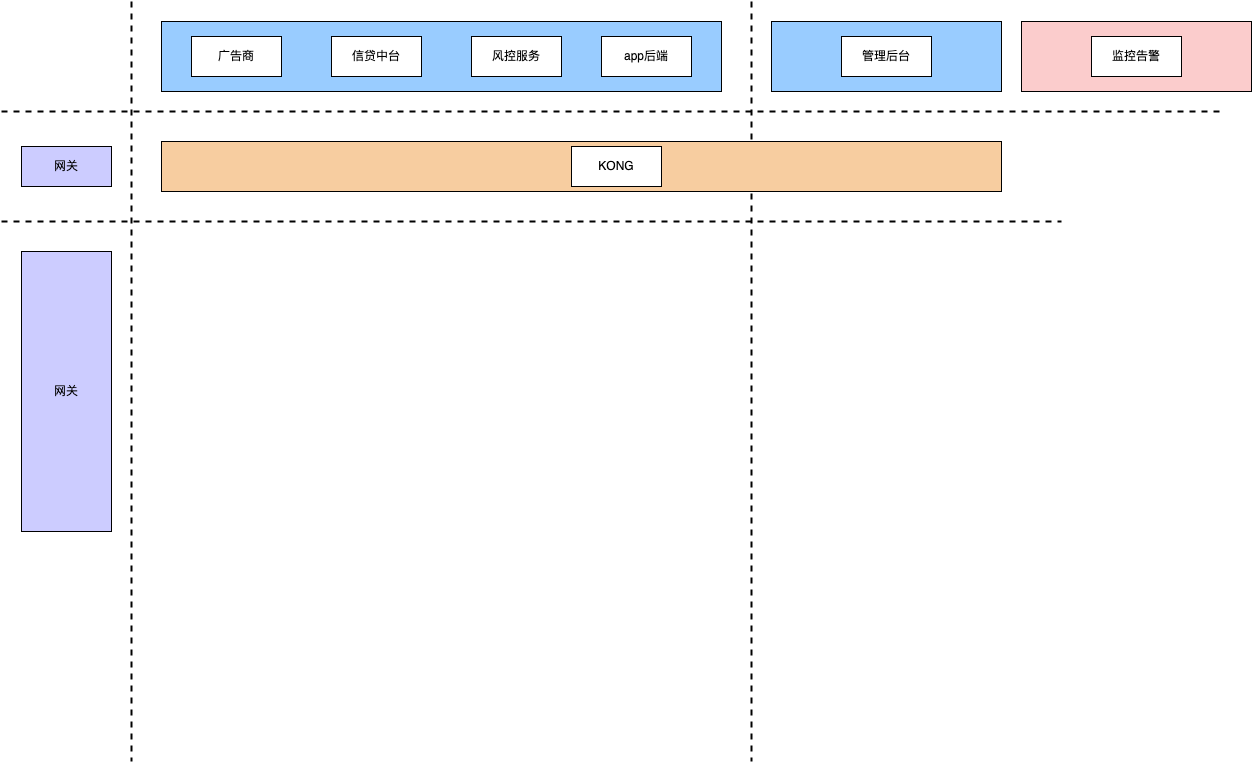
Earlier version of the draw.io export 信息流投放架构.png (yuanlj-tea/picgo). Source tidied: cells renumbered, new cells last; positions are measured from the earlier drawing's top-left corner, leaving out a move shared by most shapes.
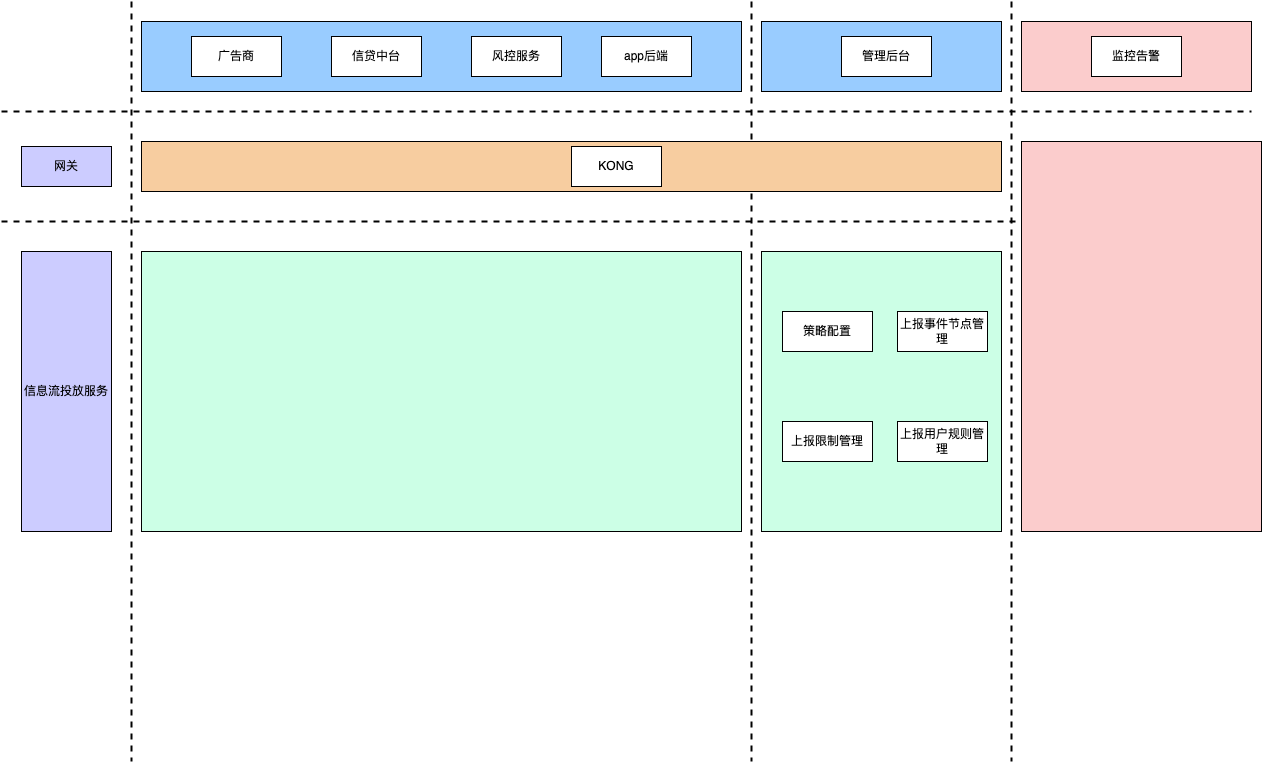
After the change.

Commit message:
更新信息流投放架构.png

Change to the diagram source:
```diff
@@ -3,7 +3,7 @@
     <mxCell id="0" />
     <mxCell id="1" parent="0" />
     <mxCell id="2" style="rounded=0;whiteSpace=wrap;html=1;fillColor=#99CCFF;" parent="1" vertex="1">
-      <mxGeometry x="160" y="20" width="560" height="70" as="geometry" />
+      <mxGeometry x="140" y="20" width="600" height="70" as="geometry" />
     </mxCell>
     <mxCell id="3" value="广告商" style="rounded=0;whiteSpace=wrap;html=1;" parent="1" vertex="1">
       <mxGeometry x="190" y="35" width="90" height="40" as="geometry" />
@@ -20,7 +20,7 @@
     <mxCell id="7" style="endArrow=none;dashed=1;html=1;rounded=0;strokeWidth=2;" parent="1" edge="1">
       <mxGeometry relative="1" as="geometry">
         <mxPoint y="110" as="sourcePoint" />
-        <mxPoint x="1220" y="110" as="targetPoint" />
+        <mxPoint x="1250" y="110" as="targetPoint" />
       </mxGeometry>
     </mxCell>
     <mxCell id="8" style="endArrow=none;dashed=1;html=1;rounded=0;strokeWidth=2;" parent="1" edge="1">
@@ -30,7 +30,7 @@
       </mxGeometry>
     </mxCell>
     <mxCell id="9" style="rounded=0;whiteSpace=wrap;html=1;fillColor=#99CCFF;" parent="1" vertex="1">
-      <mxGeometry x="770" y="20" width="230" height="70" as="geometry" />
+      <mxGeometry x="760" y="20" width="240" height="70" as="geometry" />
     </mxCell>
     <mxCell id="10" value="管理后台" style="rounded=0;whiteSpace=wrap;html=1;" parent="1" vertex="1">
       <mxGeometry x="840" y="35" width="90" height="40" as="geometry" />
@@ -45,18 +45,18 @@
       <mxGeometry x="20" y="145" width="90" height="40" as="geometry" />
     </mxCell>
     <mxCell id="13" style="rounded=0;whiteSpace=wrap;html=1;fillColor=#F7CDA0;" parent="1" vertex="1">
-      <mxGeometry x="160" y="140" width="840" height="50" as="geometry" />
+      <mxGeometry x="140" y="140" width="860" height="50" as="geometry" />
     </mxCell>
     <mxCell id="14" style="endArrow=none;dashed=1;html=1;rounded=0;strokeWidth=2;" parent="1" edge="1">
       <mxGeometry relative="1" as="geometry">
         <mxPoint y="220" as="sourcePoint" />
-        <mxPoint x="1060" y="220" as="targetPoint" />
+        <mxPoint x="1250" y="220" as="targetPoint" />
       </mxGeometry>
     </mxCell>
     <mxCell id="15" value="KONG" style="rounded=0;whiteSpace=wrap;html=1;" parent="1" vertex="1">
       <mxGeometry x="570" y="145" width="90" height="40" as="geometry" />
     </mxCell>
-    <mxCell id="16" value="网关" style="rounded=0;whiteSpace=wrap;html=1;fillColor=#CCCCFF;" parent="1" vertex="1">
+    <mxCell id="16" value="信息流投放服务" style="rounded=0;whiteSpace=wrap;html=1;fillColor=#CCCCFF;" parent="1" vertex="1">
       <mxGeometry x="20" y="250" width="90" height="280" as="geometry" />
     </mxCell>
     <mxCell id="17" style="rounded=0;whiteSpace=wrap;html=1;fillColor=#FBCCCC;" parent="1" vertex="1">
@@ -65,5 +65,32 @@
     <mxCell id="18" value="监控告警" style="rounded=0;whiteSpace=wrap;html=1;" parent="1" vertex="1">
       <mxGeometry x="1090" y="35" width="90" height="40" as="geometry" />
     </mxCell>
+    <mxCell id="19" style="endArrow=none;dashed=1;html=1;rounded=0;strokeWidth=2;" parent="1" edge="1">
+      <mxGeometry relative="1" as="geometry">
+        <mxPoint x="1010" as="sourcePoint" />
+        <mxPoint x="1010" y="760" as="targetPoint" />
+      </mxGeometry>
+    </mxCell>
+    <mxCell id="20" style="rounded=0;whiteSpace=wrap;html=1;fillColor=#CCFFE6;" parent="1" vertex="1">
+      <mxGeometry x="140" y="250" width="600" height="280" as="geometry" />
+    </mxCell>
+    <mxCell id="21" style="rounded=0;whiteSpace=wrap;html=1;fillColor=#CCFFE6;" parent="1" vertex="1">
+      <mxGeometry x="760" y="250" width="240" height="280" as="geometry" />
+    </mxCell>
+    <mxCell id="22" style="rounded=0;whiteSpace=wrap;html=1;fillColor=#FBCCCC;" parent="1" vertex="1">
+      <mxGeometry x="1020" y="140" width="240" height="390" as="geometry" />
+    </mxCell>
+    <mxCell id="23" value="策略配置" style="rounded=0;whiteSpace=wrap;html=1;" parent="1" vertex="1">
+      <mxGeometry x="781" y="310" width="90" height="40" as="geometry" />
+    </mxCell>
+    <mxCell id="24" value="上报事件节点管理" style="rounded=0;whiteSpace=wrap;html=1;" parent="1" vertex="1">
+      <mxGeometry x="896" y="310" width="90" height="40" as="geometry" />
+    </mxCell>
+    <mxCell id="25" value="上报限制管理" style="rounded=0;whiteSpace=wrap;html=1;" parent="1" vertex="1">
+      <mxGeometry x="781" y="420" width="90" height="40" as="geometry" />
+    </mxCell>
+    <mxCell id="26" value="上报用户规则管理" style="rounded=0;whiteSpace=wrap;html=1;" parent="1" vertex="1">
+      <mxGeometry x="896" y="420" width="90" height="40" as="geometry" />
+    </mxCell>
   </root>
 </mxGraphModel>
```
